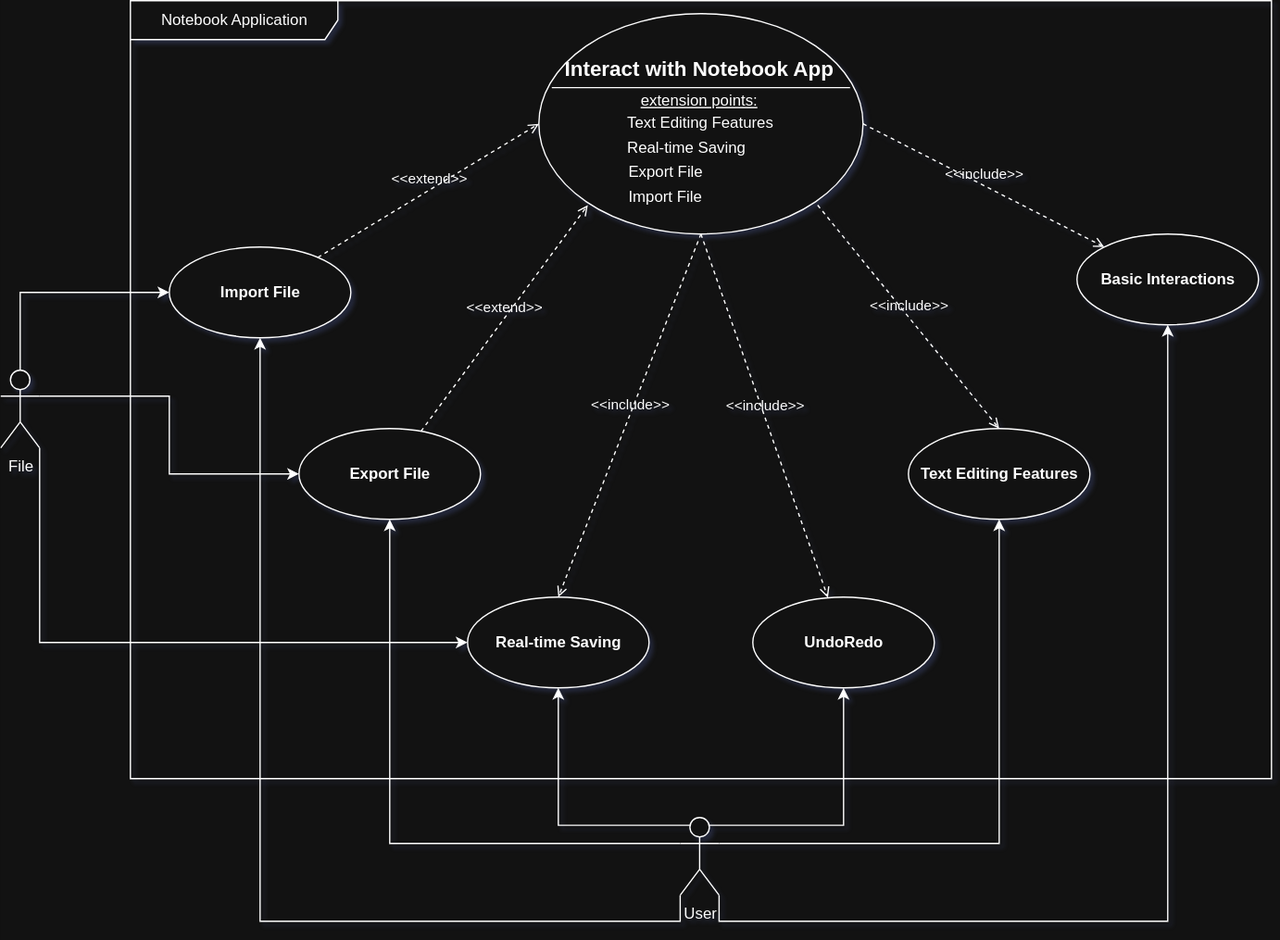
Before: uml_diagrams/images/use_case_diagram.svg, a diagram exported from draw.io (EvatsugDnalloR/NotebookApplication). Source tidied: cells renumbered, new cells last; positions are measured from the earlier drawing's top-left corner, leaving out a move shared by most shapes.
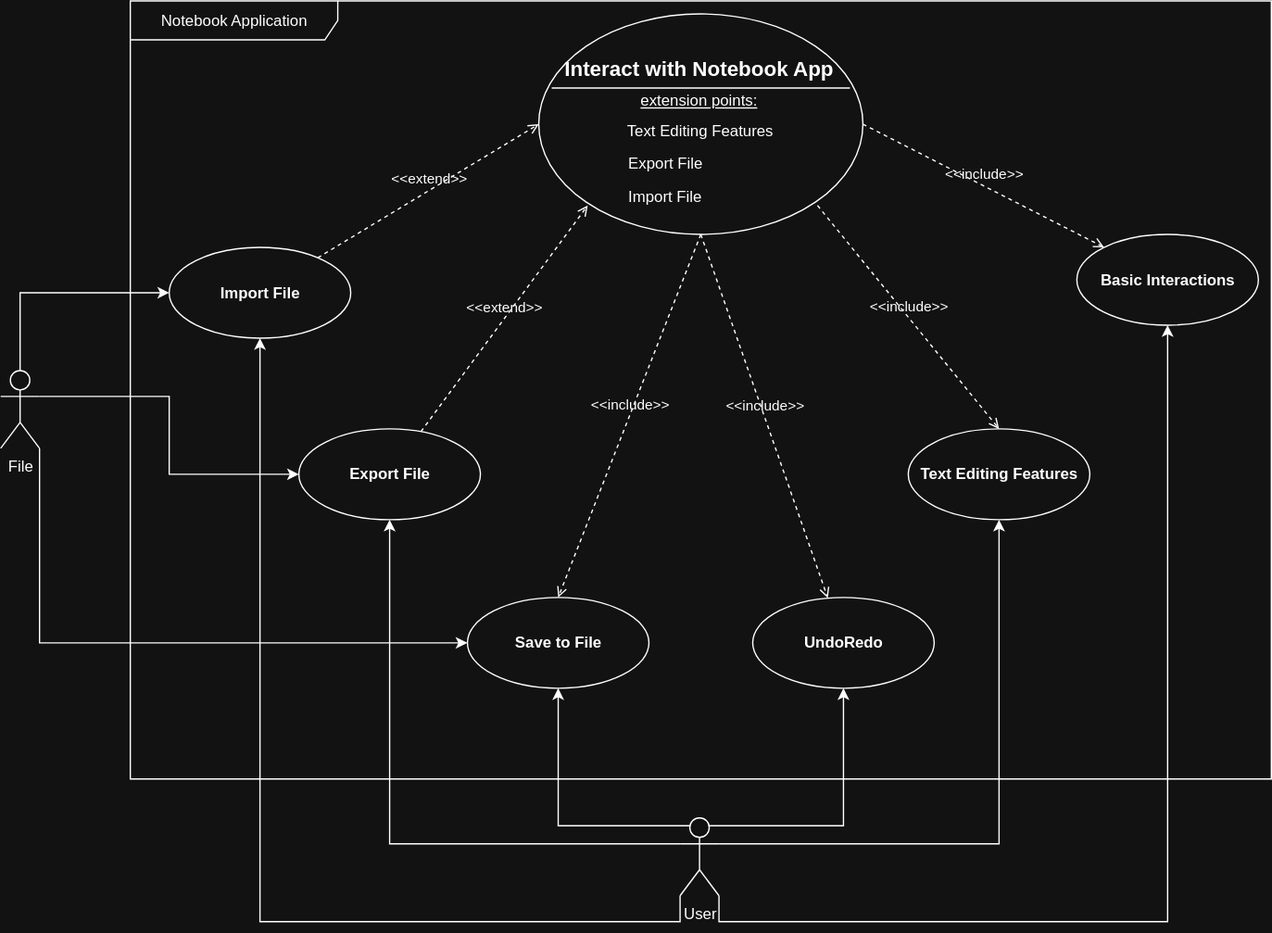
Above is the later version.

The edit, as a diff of the source:
```diff
@@ -17,14 +17,11 @@
     <mxCell id="6" value="&lt;u&gt;extension points:&lt;/u&gt;" style="text;html=1;align=center;verticalAlign=middle;fillColor=none;strokeColor=none;whiteSpace=wrap;" parent="3" vertex="1">
       <mxGeometry y="60" width="247" height="13.3" as="geometry" />
     </mxCell>
-    <mxCell id="7" value="Real-time Saving" style="text;html=1;align=left;verticalAlign=middle;spacingLeft=25;fillColor=none;strokeColor=none;whiteSpace=wrap;" parent="3" vertex="1">
-      <mxGeometry x="41" y="93.3" width="128" height="20" as="geometry" />
-    </mxCell>
     <mxCell id="8" value="Text Editing Features" style="text;html=1;align=left;verticalAlign=middle;spacingLeft=25;fillColor=none;strokeColor=none;whiteSpace=wrap;" parent="3" vertex="1">
-      <mxGeometry x="41" y="74.3" width="140" height="20" as="geometry" />
+      <mxGeometry x="41" y="80.3" width="140" height="20" as="geometry" />
     </mxCell>
     <mxCell id="9" value="Export File" style="text;html=1;align=left;verticalAlign=middle;spacingLeft=25;fillColor=none;strokeColor=none;whiteSpace=wrap;" parent="3" vertex="1">
-      <mxGeometry x="41.5" y="112.3" width="100.5" height="20" as="geometry" />
+      <mxGeometry x="41.5" y="105.3" width="100.5" height="20" as="geometry" />
     </mxCell>
     <mxCell id="10" value="Import File" style="text;html=1;align=left;verticalAlign=middle;spacingLeft=25;fillColor=none;strokeColor=none;whiteSpace=wrap;" parent="3" vertex="1">
       <mxGeometry x="42" y="131.3" width="100" height="20" as="geometry" />
@@ -32,7 +29,7 @@
     <mxCell id="11" value="&lt;b&gt;UndoRedo&lt;/b&gt;" style="ellipse;whiteSpace=wrap;html=1;" parent="2" vertex="1">
       <mxGeometry x="480" y="460" width="140" height="70" as="geometry" />
     </mxCell>
-    <mxCell id="12" value="&lt;b&gt;Real-time Saving&lt;/b&gt;" style="ellipse;whiteSpace=wrap;html=1;" parent="2" vertex="1">
+    <mxCell id="12" value="&lt;b&gt;Save to File&lt;/b&gt;" style="ellipse;whiteSpace=wrap;html=1;" parent="2" vertex="1">
       <mxGeometry x="260" y="460" width="140" height="70" as="geometry" />
     </mxCell>
     <mxCell id="13" value="&lt;b&gt;Export File&lt;/b&gt;" style="ellipse;whiteSpace=wrap;html=1;" parent="2" vertex="1">
```
